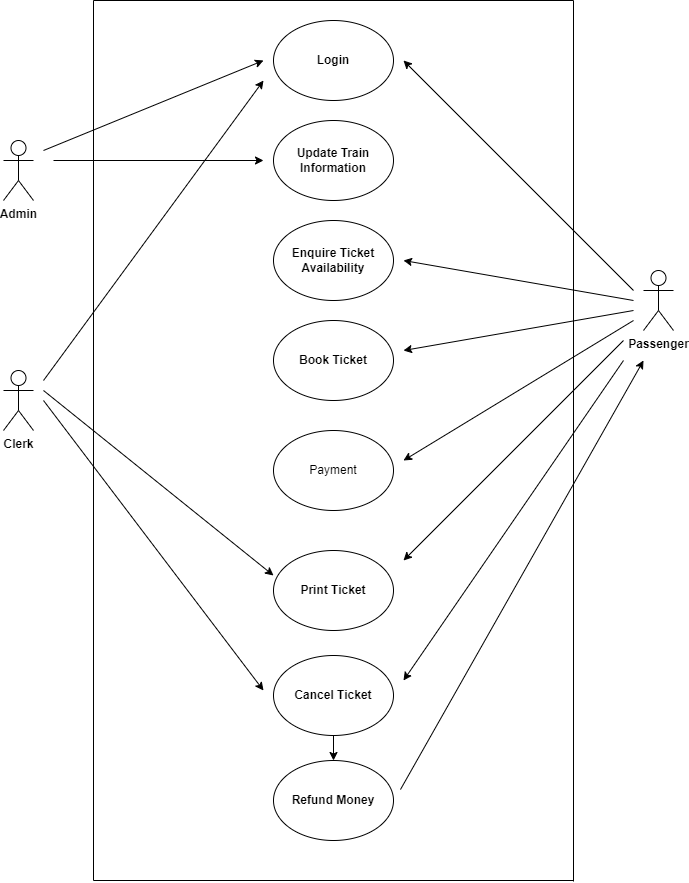
The draw.io diagram java-basics/03-12-2021/Railway Reservation System/Usecase Diagram.drawio.png in MuniswamiKokila/UST-prograd-training, before a commit. Source tidied: cells renumbered, new cells last; positions are measured from the earlier drawing's top-left corner, leaving out a move shared by most shapes.
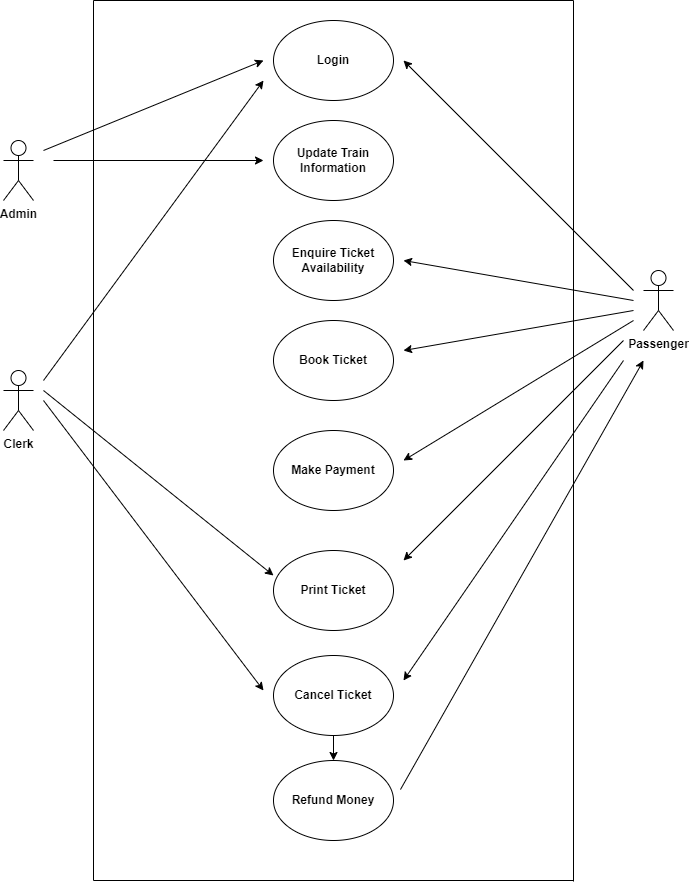
Later version of the same file.

The edit, as a diff of the source:
```diff
@@ -100,7 +100,7 @@
         <mxPoint x="400" y="60" as="targetPoint" />
       </mxGeometry>
     </mxCell>
-    <mxCell id="24" value="Payment" style="ellipse;whiteSpace=wrap;html=1;" parent="1" vertex="1">
+    <mxCell id="24" value="&lt;b&gt;Make Payment&lt;/b&gt;" style="ellipse;whiteSpace=wrap;html=1;" parent="1" vertex="1">
       <mxGeometry x="270" y="430" width="120" height="80" as="geometry" />
     </mxCell>
     <mxCell id="25" style="endArrow=classic;html=1;rounded=0;" parent="1" edge="1">
```
